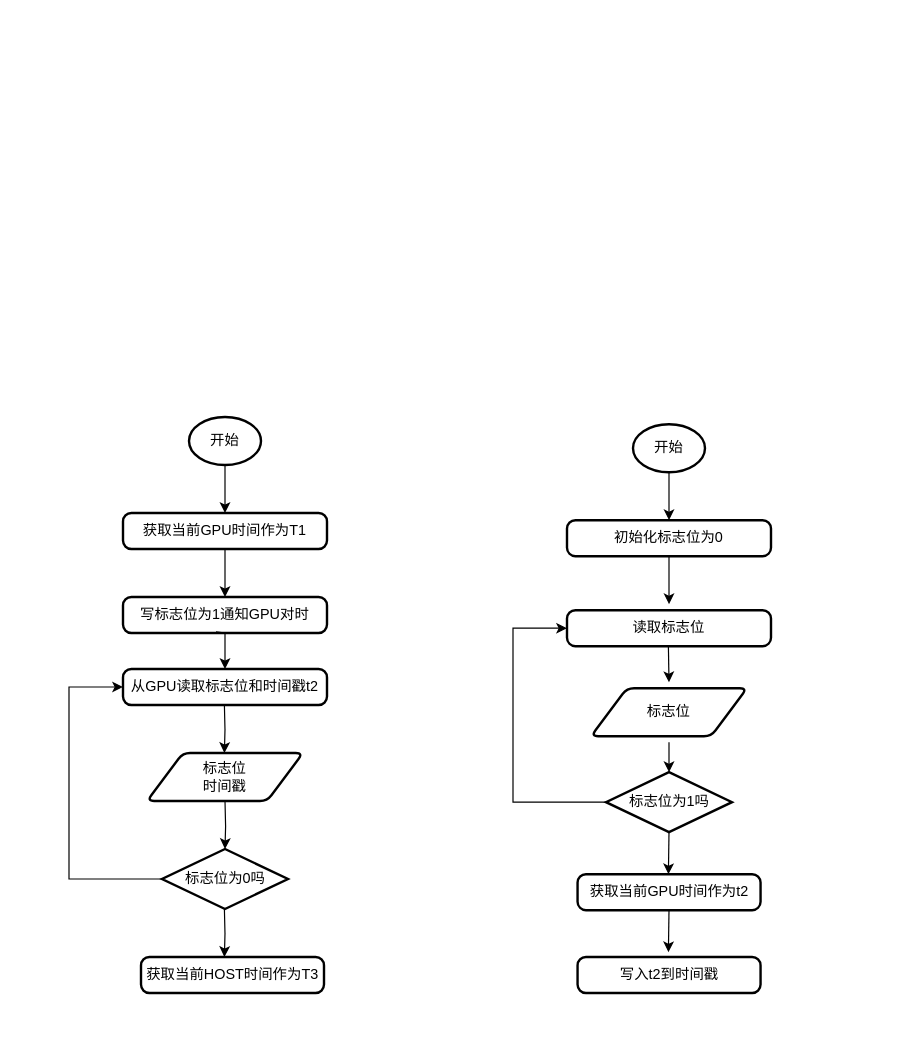
Above: tecorigin/get_offset_flow.drawio in shenfumin/diagrams (draw.io), before the change. Source tidied: cells renumbered, new cells numbered last; positions are measured from the earlier drawing's top-left corner, leaving out a move shared by most shapes. Both pictures are drawn from the tidied source at 120%, with x=0, y=0 at pixel (68, 416).
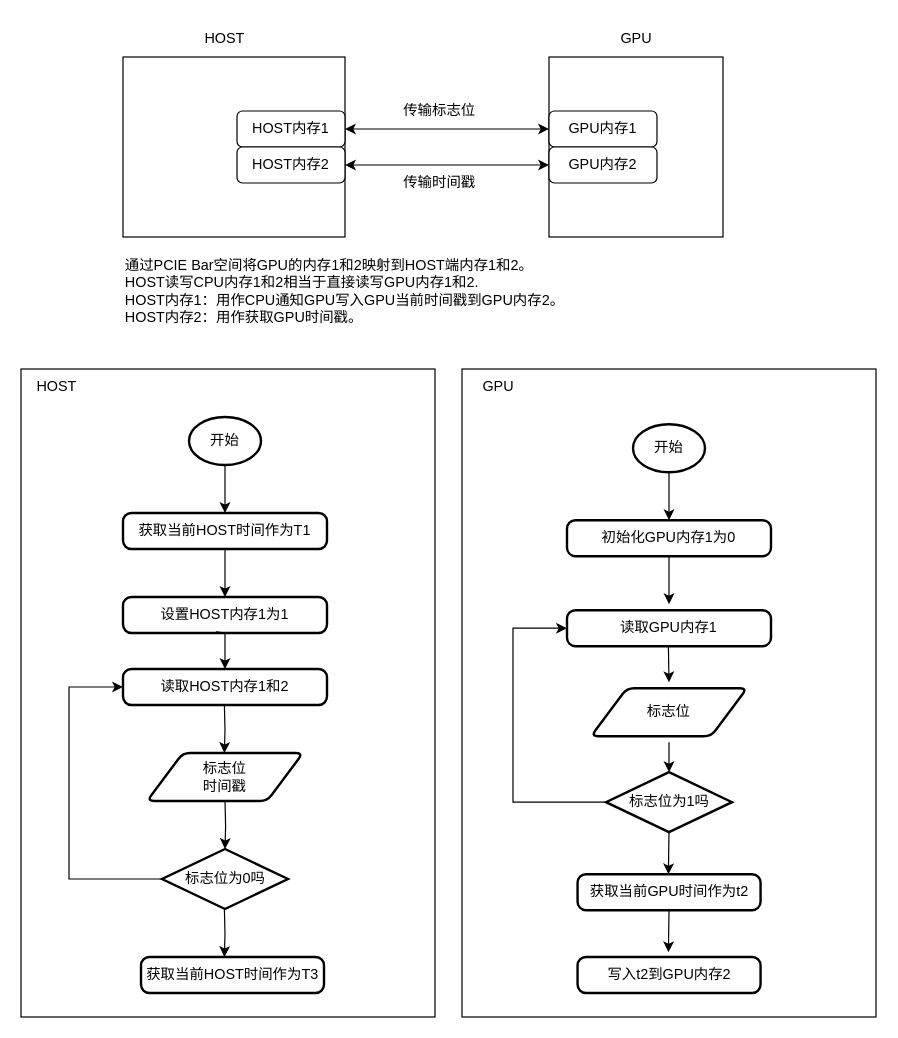
After the change.

Change to the diagram source:
```diff
@@
+    <mxCell id="30" style="rounded=0;whiteSpace=wrap;html=1;fillColor=none;" parent="1" vertex="1">
+      <mxGeometry x="327.5" y="-40" width="345" height="540" as="geometry" />
+    </mxCell>
+    <mxCell id="31" style="rounded=0;whiteSpace=wrap;html=1;fillColor=none;" parent="1" vertex="1">
+      <mxGeometry x="-40" y="-40" width="345" height="540" as="geometry" />
+    </mxCell>
@@
-    <mxCell id="7" value="写标志位为1通知GPU对时" style="rounded=1;whiteSpace=wrap;html=1;absoluteArcSize=1;arcSize=14;strokeWidth=2;" parent="1" vertex="1">
+    <mxCell id="7" value="设置HOST内存1为1" style="rounded=1;whiteSpace=wrap;html=1;absoluteArcSize=1;arcSize=14;strokeWidth=2;" parent="1" vertex="1">
       <mxGeometry x="45" y="150" width="170" height="30" as="geometry" />
     </mxCell>
@@
-    <mxCell id="9" value="获取当前GPU时间作为T1" style="rounded=1;whiteSpace=wrap;html=1;absoluteArcSize=1;arcSize=14;strokeWidth=2;" parent="1" vertex="1">
+    <mxCell id="9" value="获取当前HOST时间作为T1" style="rounded=1;whiteSpace=wrap;html=1;absoluteArcSize=1;arcSize=14;strokeWidth=2;" parent="1" vertex="1">
       <mxGeometry x="45" y="80" width="170" height="30" as="geometry" />
     </mxCell>
@@
-    <mxCell id="11" value="从GPU读取标志位和时间戳t2" style="rounded=1;whiteSpace=wrap;html=1;absoluteArcSize=1;arcSize=14;strokeWidth=2;" parent="1" vertex="1">
+    <mxCell id="11" value="读取HOST内存1和2" style="rounded=1;whiteSpace=wrap;html=1;absoluteArcSize=1;arcSize=14;strokeWidth=2;" parent="1" vertex="1">
       <mxGeometry x="45" y="210" width="170" height="30" as="geometry" />
     </mxCell>
@@
-    <mxCell id="22" value="初始化标志位为0" style="rounded=1;whiteSpace=wrap;html=1;absoluteArcSize=1;arcSize=14;strokeWidth=2;" parent="1" vertex="1">
+    <mxCell id="22" value="初始化GPU内存1为0" style="rounded=1;whiteSpace=wrap;html=1;absoluteArcSize=1;arcSize=14;strokeWidth=2;" parent="1" vertex="1">
       <mxGeometry x="415" y="86" width="170" height="30" as="geometry" />
     </mxCell>
@@
-    <mxCell id="24" value="读取标志位" style="rounded=1;whiteSpace=wrap;html=1;absoluteArcSize=1;arcSize=14;strokeWidth=2;" parent="1" vertex="1">
+    <mxCell id="24" value="读取GPU内存1" style="rounded=1;whiteSpace=wrap;html=1;absoluteArcSize=1;arcSize=14;strokeWidth=2;" parent="1" vertex="1">
       <mxGeometry x="415" y="161" width="170" height="30" as="geometry" />
     </mxCell>
@@
-    <mxCell id="28" value="写入t2到时间戳" style="rounded=1;whiteSpace=wrap;html=1;absoluteArcSize=1;arcSize=14;strokeWidth=2;" parent="1" vertex="1">
+    <mxCell id="28" value="写入t2到GPU内存2" style="rounded=1;whiteSpace=wrap;html=1;absoluteArcSize=1;arcSize=14;strokeWidth=2;" parent="1" vertex="1">
       <mxGeometry x="423.8" y="450" width="152.5" height="30" as="geometry" />
     </mxCell>
@@
+    <mxCell id="32" style="rounded=0;whiteSpace=wrap;html=1;" parent="1" vertex="1">
+      <mxGeometry x="45" y="-300" width="185" height="150" as="geometry" />
+    </mxCell>
+    <mxCell id="33" style="rounded=0;whiteSpace=wrap;html=1;" parent="1" vertex="1">
+      <mxGeometry x="400" y="-300" width="145" height="150" as="geometry" />
+    </mxCell>
+    <mxCell id="34" value="HOST内存1" style="rounded=1;whiteSpace=wrap;html=1;" parent="1" vertex="1">
+      <mxGeometry x="140" y="-255" width="90" height="30" as="geometry" />
+    </mxCell>
+    <mxCell id="35" value="HOST内存2" style="rounded=1;whiteSpace=wrap;html=1;" parent="1" vertex="1">
+      <mxGeometry x="140" y="-225" width="90" height="30" as="geometry" />
+    </mxCell>
+    <mxCell id="36" value="GPU内存1" style="rounded=1;whiteSpace=wrap;html=1;" parent="1" vertex="1">
+      <mxGeometry x="400" y="-255" width="90" height="30" as="geometry" />
+    </mxCell>
+    <mxCell id="37" value="GPU内存2" style="rounded=1;whiteSpace=wrap;html=1;" parent="1" vertex="1">
+      <mxGeometry x="400" y="-225" width="90" height="30" as="geometry" />
+    </mxCell>
+    <mxCell id="38" value="HOST" style="text;html=1;strokeColor=none;fillColor=none;align=center;verticalAlign=middle;whiteSpace=wrap;rounded=0;" parent="1" vertex="1">
+      <mxGeometry x="100" y="-330" width="60" height="30" as="geometry" />
+    </mxCell>
+    <mxCell id="39" value="GPU" style="text;html=1;strokeColor=none;fillColor=none;align=center;verticalAlign=middle;whiteSpace=wrap;rounded=0;" parent="1" vertex="1">
+      <mxGeometry x="442.5" y="-330" width="60" height="30" as="geometry" />
+    </mxCell>
+    <mxCell id="40" value="HOST" style="text;html=1;strokeColor=none;fillColor=none;align=center;verticalAlign=middle;whiteSpace=wrap;rounded=0;" parent="1" vertex="1">
+      <mxGeometry x="-40" y="-40" width="60" height="30" as="geometry" />
+    </mxCell>
+    <mxCell id="41" value="GPU" style="text;html=1;strokeColor=none;fillColor=none;align=center;verticalAlign=middle;whiteSpace=wrap;rounded=0;" parent="1" vertex="1">
+      <mxGeometry x="327.5" y="-40" width="60" height="30" as="geometry" />
+    </mxCell>
+    <mxCell id="42" style="endArrow=classic;startArrow=classic;html=1;rounded=0;exitX=1;exitY=0.5;exitDx=0;exitDy=0;entryX=0;entryY=0.5;entryDx=0;entryDy=0;" parent="1" edge="1" source="34" target="36">
+      <mxGeometry relative="1" as="geometry" />
+    </mxCell>
+    <mxCell id="43" style="endArrow=classic;startArrow=classic;html=1;rounded=0;exitX=1;exitY=0.5;exitDx=0;exitDy=0;entryX=0;entryY=0.5;entryDx=0;entryDy=0;" parent="1" edge="1" source="35" target="37">
+      <mxGeometry relative="1" as="geometry" />
+    </mxCell>
+    <mxCell id="44" value="通过PCIE Bar空间将GPU的内存1和2映射到HOST端内存1和2。&lt;br&gt;HOST读写CPU内存1和2相当于直接读写GPU内存1和2.&lt;br&gt;HOST内存1：用作CPU通知GPU写入GPU当前时间戳到GPU内存2。&lt;br&gt;HOST内存2：用作获取GPU时间戳。" style="text;html=1;strokeColor=none;fillColor=none;align=left;verticalAlign=middle;whiteSpace=wrap;rounded=0;" parent="1" vertex="1">
+      <mxGeometry x="45" y="-130" width="625" height="50" as="geometry" />
+    </mxCell>
+    <mxCell id="45" value="传输标志位" style="text;html=1;strokeColor=none;fillColor=none;align=center;verticalAlign=middle;whiteSpace=wrap;rounded=0;" parent="1" vertex="1">
+      <mxGeometry x="268" y="-270" width="82" height="30" as="geometry" />
+    </mxCell>
+    <mxCell id="46" value="传输时间戳" style="text;html=1;strokeColor=none;fillColor=none;align=center;verticalAlign=middle;whiteSpace=wrap;rounded=0;" parent="1" vertex="1">
+      <mxGeometry x="268" y="-210" width="82" height="30" as="geometry" />
+    </mxCell>
```
